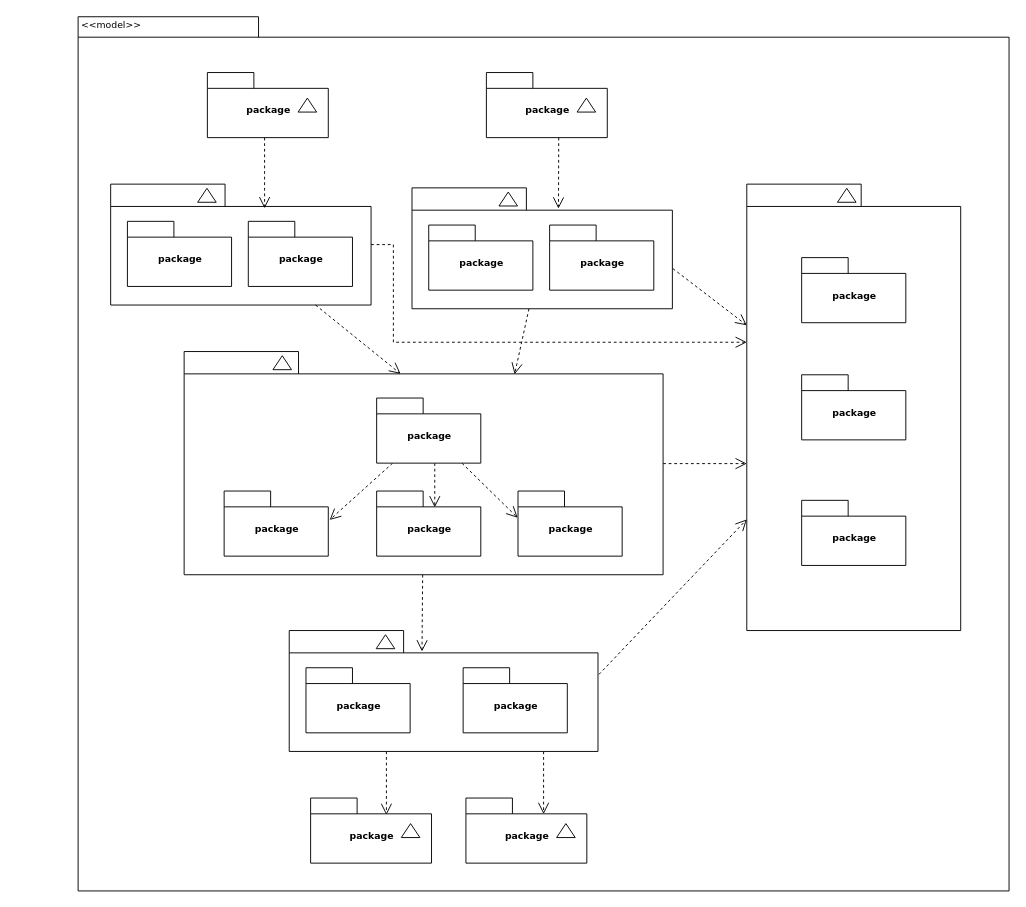
Earlier version of the draw.io diagram Başlıksız Diyagram.drawio (mmuurraatt/My-Projects-On-Github). Source tidied: cells renumbered, new cells numbered last; positions are measured from the earlier drawing's top-left corner, leaving out a move shared by most shapes. Both pictures are drawn from the tidied source at 93%, with x=0, y=0 at pixel (77, 16).
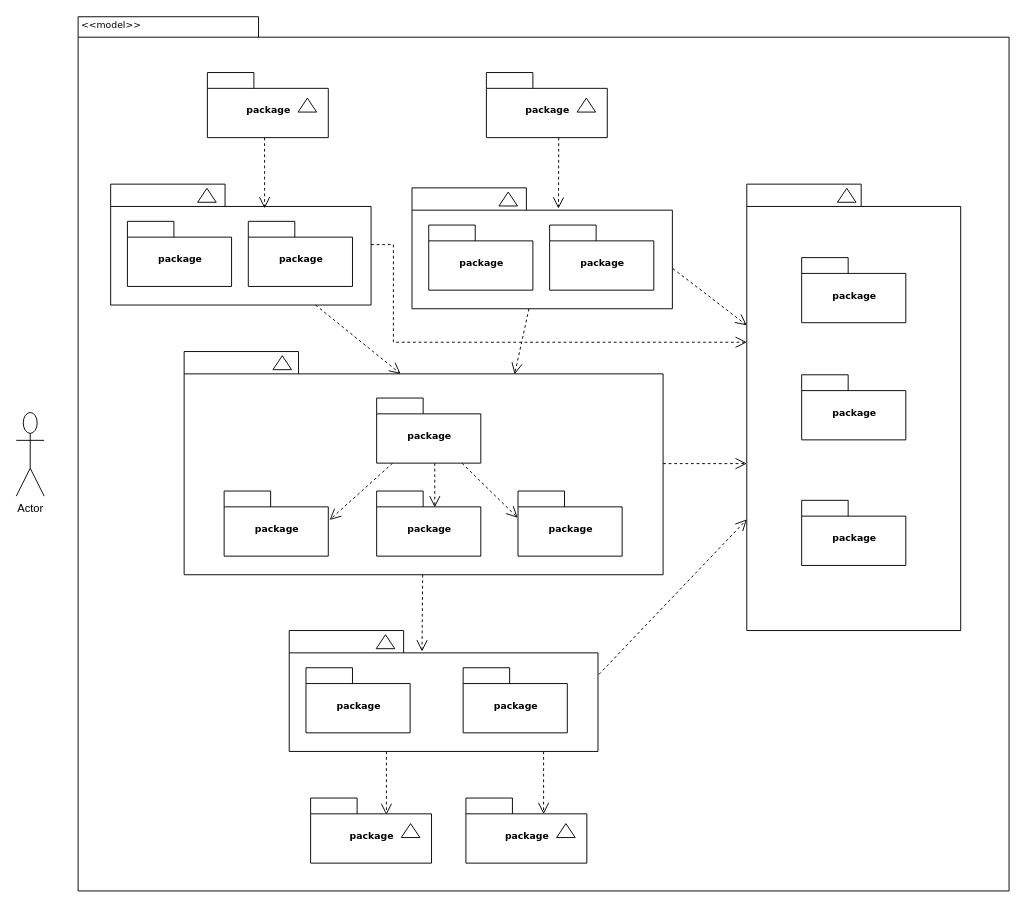
After the change.

The edit, as a diff of the source:
```diff
@@
+    <mxCell id="57" value="Actor" style="shape=umlActor;verticalLabelPosition=bottom;verticalAlign=top;html=1;" parent="1" vertex="1">
+      <mxGeometry x="-66" y="426" width="30" height="90" as="geometry" />
+    </mxCell>
```
